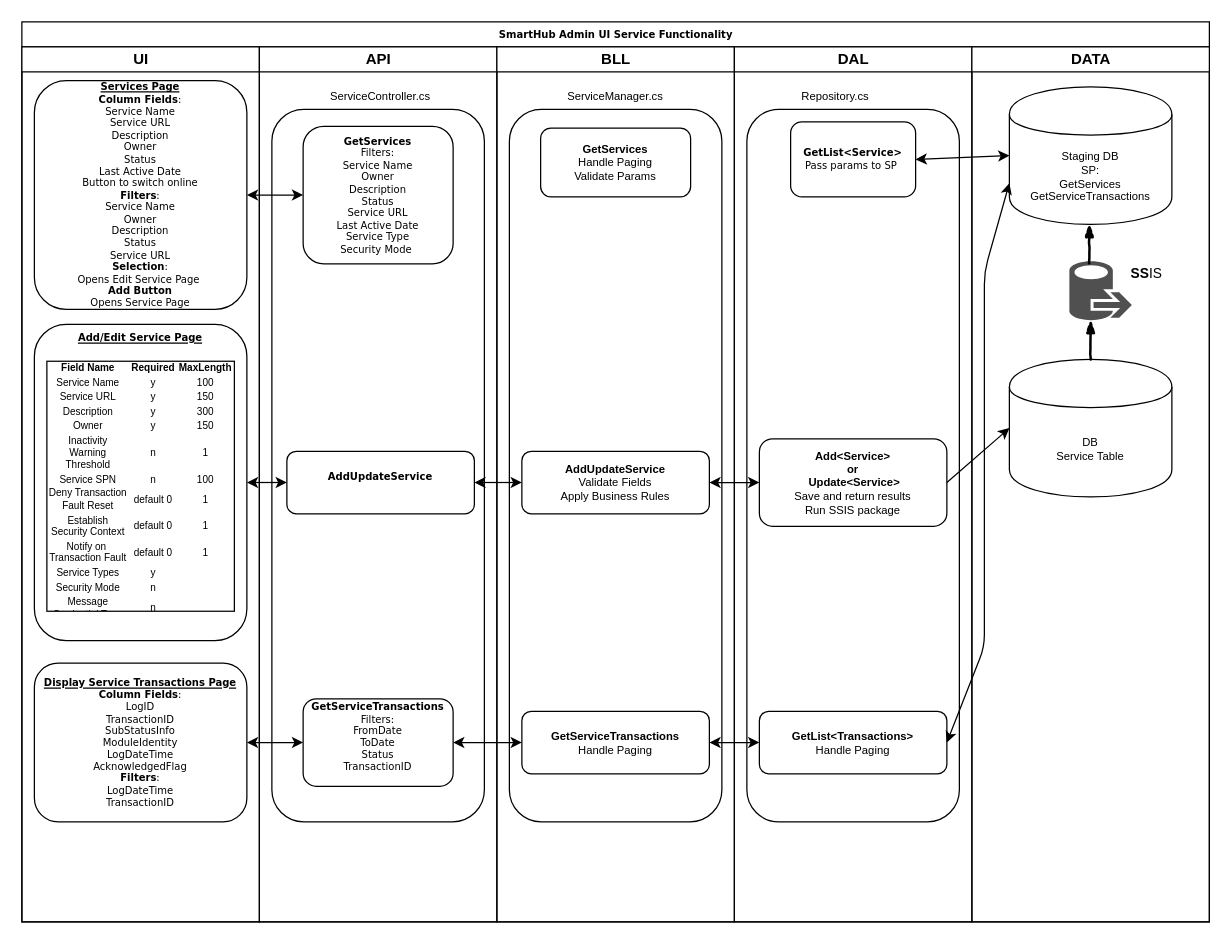
Earlier version of the draw.io diagram SHAdminUI-Service-Functionality.drawio (Cyrolies/TigersFreightDocs). Source tidied: cells renumbered, new cells numbered last; positions are measured from the earlier drawing's top-left corner, leaving out a move shared by most shapes. Both pictures are drawn from the tidied source at 125%, with x=0, y=0 at pixel (21, 21).
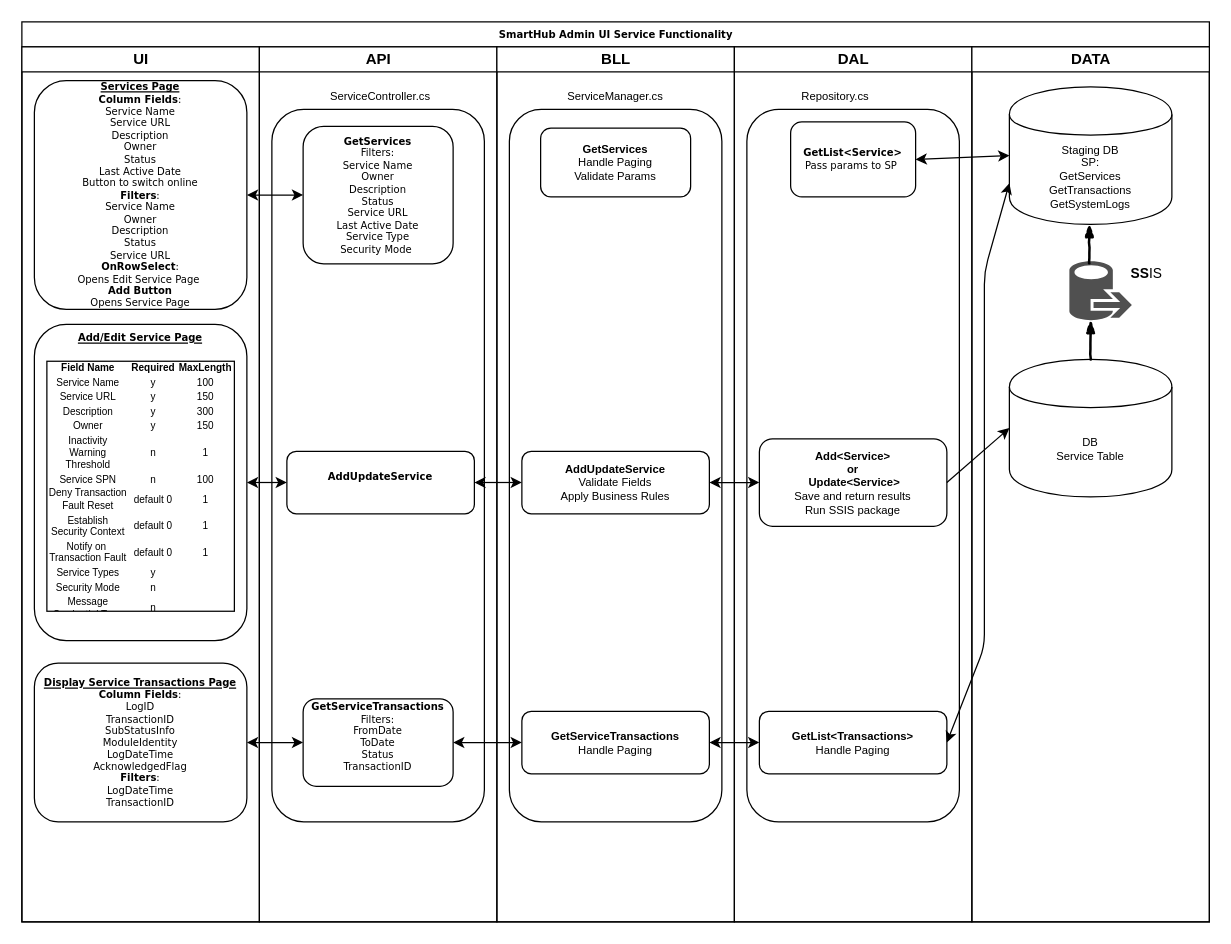
The same page after the edit.

Unchanged cells that the change refers to:
```xml
<mxCell id="3" value="UI" style="swimlane;html=1;startSize=20;" parent="2" vertex="1">
  <mxGeometry y="20" width="190" height="700" as="geometry" />
</mxCell>
<mxCell id="26" value="DATA" style="swimlane;html=1;startSize=20;align=center;" parent="2" vertex="1">
  <mxGeometry x="760" y="20" width="190" height="700" as="geometry" />
</mxCell>
```

The edit, as a diff of the source:
```diff
@@
-    <mxCell id="4" value="&lt;b&gt;&lt;u&gt;Services Page&lt;br&gt;&lt;/u&gt;Column Fields&lt;/b&gt;:&lt;br&gt;Service Name&lt;br&gt;Service URL&lt;br&gt;Description&lt;br&gt;Owner&lt;br&gt;Status&lt;br&gt;Last Active Date&lt;br&gt;Button to switch online&lt;br&gt;&lt;b&gt;Filters&lt;/b&gt;:&lt;br&gt;Service Name&lt;br&gt;Owner&lt;br&gt;Description&lt;br&gt;Status&lt;br&gt;Service URL&lt;br&gt;&lt;b&gt;Selection&lt;/b&gt;:&lt;br&gt;Opens Edit Service Page&amp;nbsp;&lt;br&gt;&lt;b&gt;Add Button&lt;/b&gt;&lt;br&gt;Opens Service Page" style="rounded=1;whiteSpace=wrap;html=1;shadow=0;labelBackgroundColor=none;strokeColor=#000000;strokeWidth=1;fillColor=#ffffff;fontFamily=Verdana;fontSize=8;fontColor=#000000;align=center;" parent="3" vertex="1">
+    <mxCell id="4" value="&lt;b&gt;&lt;u&gt;Services Page&lt;br&gt;&lt;/u&gt;Column Fields&lt;/b&gt;:&lt;br&gt;Service Name&lt;br&gt;Service URL&lt;br&gt;Description&lt;br&gt;Owner&lt;br&gt;Status&lt;br&gt;Last Active Date&lt;br&gt;Button to switch online&lt;br&gt;&lt;b&gt;Filters&lt;/b&gt;:&lt;br&gt;Service Name&lt;br&gt;Owner&lt;br&gt;Description&lt;br&gt;Status&lt;br&gt;Service URL&lt;br&gt;&lt;b&gt;OnRowSelect&lt;/b&gt;:&lt;br&gt;Opens Edit Service Page&amp;nbsp;&lt;br&gt;&lt;b&gt;Add Button&lt;/b&gt;&lt;br&gt;Opens Service Page" style="rounded=1;whiteSpace=wrap;html=1;shadow=0;labelBackgroundColor=none;strokeColor=#000000;strokeWidth=1;fillColor=#ffffff;fontFamily=Verdana;fontSize=8;fontColor=#000000;align=center;" parent="3" vertex="1">
       <mxGeometry x="10" y="27" width="170" height="183" as="geometry" />
     </mxCell>
@@
-    <mxCell id="27" value="Staging DB&lt;br&gt;SP:&lt;br&gt;GetServices&lt;br&gt;GetServiceTransactions" style="shape=cylinder;whiteSpace=wrap;html=1;boundedLbl=1;backgroundOutline=1;fontSize=9;align=center;" parent="26" vertex="1">
+    <mxCell id="27" value="Staging DB&lt;br&gt;SP:&lt;br&gt;GetServices&lt;br&gt;GetTransactions&lt;br&gt;GetSystemLogs" style="shape=cylinder;whiteSpace=wrap;html=1;boundedLbl=1;backgroundOutline=1;fontSize=9;align=center;" parent="26" vertex="1">
       <mxGeometry x="30" y="32" width="130" height="110" as="geometry" />
     </mxCell>
```
